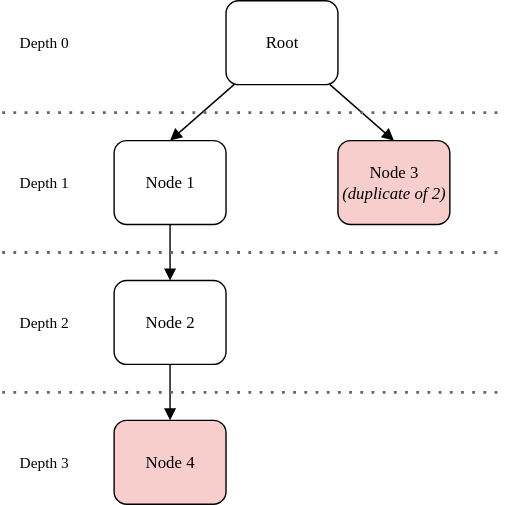
The draw.io diagram Bilder/DrawIO/side_effects_left.svg in jatsqi/master-thesis-latex, before a commit. Source tidied: cells renumbered, new cells last; positions are measured from the earlier drawing's top-left corner, leaving out a move shared by most shapes.
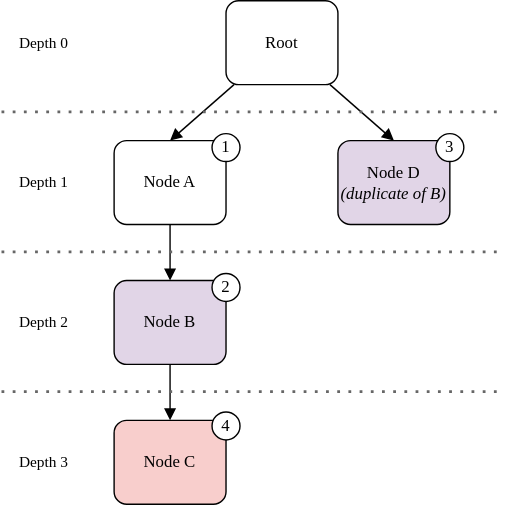
Above is the later version.

Diff of the diagram source:
```diff
@@ -14,16 +14,16 @@
     <mxCell id="5" style="edgeStyle=orthogonalEdgeStyle;rounded=0;jettySize=auto;html=1;endArrow=block;endFill=1;fontFamily=Times New Roman;" parent="1" edge="1" source="6" target="9">
       <mxGeometry relative="1" as="geometry" />
     </mxCell>
-    <mxCell id="6" value="Node 1" style="rounded=1;whiteSpace=wrap;html=1;fontFamily=Times New Roman;" parent="1" vertex="1">
+    <mxCell id="6" value="Node A" style="rounded=1;whiteSpace=wrap;html=1;fontFamily=Times New Roman;" parent="1" vertex="1">
       <mxGeometry x="80" y="100" width="80" height="60" as="geometry" />
     </mxCell>
-    <mxCell id="7" value="Node 3&lt;div&gt;&lt;i&gt;(duplicate of 2)&lt;/i&gt;&lt;/div&gt;" style="rounded=1;whiteSpace=wrap;html=1;fontFamily=Times New Roman;fillColor=#f8cecc;strokeColor=default;" parent="1" vertex="1">
+    <mxCell id="7" value="Node D&lt;div&gt;&lt;i&gt;(duplicate of B)&lt;/i&gt;&lt;/div&gt;" style="rounded=1;whiteSpace=wrap;html=1;fontFamily=Times New Roman;fillColor=#e1d5e7;strokeColor=default;" parent="1" vertex="1">
       <mxGeometry x="240" y="100" width="80" height="60" as="geometry" />
     </mxCell>
-    <mxCell id="8" style="edgeStyle=orthogonalEdgeStyle;shape=connector;rounded=0;jettySize=auto;html=1;strokeColor=default;align=center;verticalAlign=middle;fontFamily=Helvetica;fontSize=11;fontColor=default;labelBackgroundColor=default;endArrow=block;endFill=1;" parent="1" edge="1" source="9" target="17">
+    <mxCell id="8" style="edgeStyle=orthogonalEdgeStyle;shape=connector;rounded=0;jettySize=auto;html=1;strokeColor=default;align=center;verticalAlign=middle;fontFamily=Times New Roman;fontSize=11;fontColor=default;labelBackgroundColor=default;endArrow=block;endFill=1;" parent="1" edge="1" source="9" target="17">
       <mxGeometry relative="1" as="geometry" />
     </mxCell>
-    <mxCell id="9" value="Node 2" style="rounded=1;whiteSpace=wrap;html=1;fontFamily=Times New Roman;" parent="1" vertex="1">
+    <mxCell id="9" value="Node B" style="rounded=1;whiteSpace=wrap;html=1;fontFamily=Times New Roman;fillColor=#e1d5e7;strokeColor=default;" parent="1" vertex="1">
       <mxGeometry x="80" y="200" width="80" height="60" as="geometry" />
     </mxCell>
     <mxCell id="10" style="endArrow=none;dashed=1;html=1;dashPattern=1 3;strokeWidth=2;rounded=0;align=center;verticalAlign=middle;fontFamily=Times New Roman;fontSize=11;fontColor=default;labelBackgroundColor=default;edgeStyle=orthogonalEdgeStyle;fillColor=#f5f5f5;strokeColor=#666666;" parent="1" edge="1">
@@ -56,8 +56,20 @@
     <mxCell id="16" value="Depth 3" style="text;html=1;align=center;verticalAlign=middle;whiteSpace=wrap;rounded=0;fontFamily=Times New Roman;fontSize=11;fontColor=default;labelBackgroundColor=default;" parent="1" vertex="1">
       <mxGeometry y="315" width="60" height="30" as="geometry" />
     </mxCell>
-    <mxCell id="17" value="Node 4" style="rounded=1;whiteSpace=wrap;html=1;fontFamily=Times New Roman;fillColor=#F8CECC;" parent="1" vertex="1">
+    <mxCell id="17" value="Node C" style="rounded=1;whiteSpace=wrap;html=1;fontFamily=Times New Roman;fillColor=#f8cecc;strokeColor=default;" parent="1" vertex="1">
       <mxGeometry x="80" y="300" width="80" height="60" as="geometry" />
     </mxCell>
+    <mxCell id="18" value="1" style="ellipse;whiteSpace=wrap;html=1;fontFamily=Times New Roman;" parent="1" vertex="1">
+      <mxGeometry x="150" y="95" width="20" height="20" as="geometry" />
+    </mxCell>
+    <mxCell id="19" value="4" style="ellipse;whiteSpace=wrap;html=1;fontFamily=Times New Roman;" parent="1" vertex="1">
+      <mxGeometry x="150" y="294" width="20" height="20" as="geometry" />
+    </mxCell>
+    <mxCell id="20" value="3" style="ellipse;whiteSpace=wrap;html=1;fontFamily=Times New Roman;" parent="1" vertex="1">
+      <mxGeometry x="310" y="95" width="20" height="20" as="geometry" />
+    </mxCell>
+    <mxCell id="21" value="2" style="ellipse;whiteSpace=wrap;html=1;fontFamily=Times New Roman;" parent="1" vertex="1">
+      <mxGeometry x="150" y="195" width="20" height="20" as="geometry" />
+    </mxCell>
   </root>
 </mxGraphModel>
```
